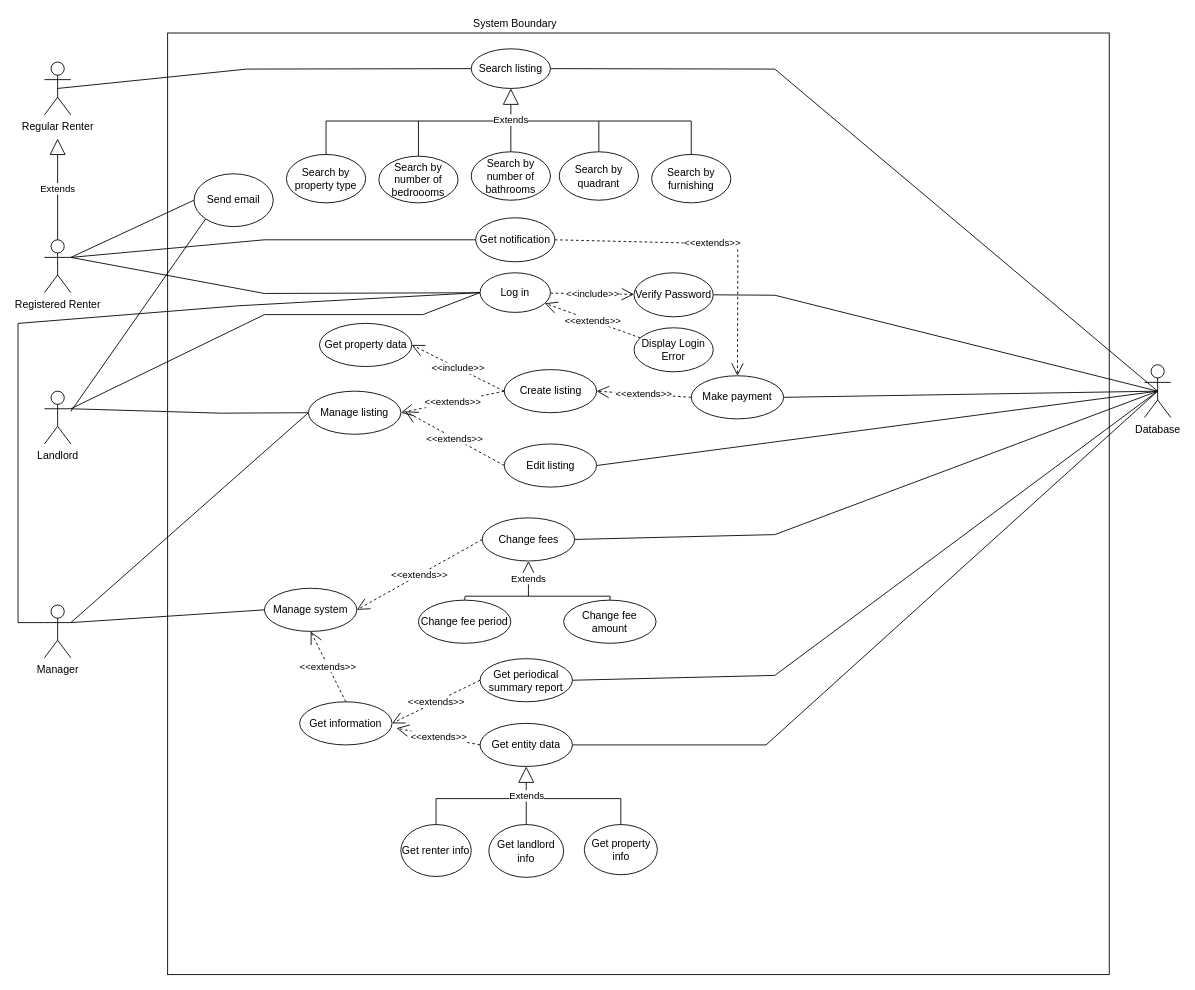
The draw.io diagram ENSF480FinalProjectUseCaseDiagram.drawio in ryan-holt/ENSF480FinalProject, before the edit. Source tidied: cells renumbered, new cells numbered last; positions are measured from the earlier drawing's top-left corner, leaving out a move shared by most shapes. Both pictures are drawn from the tidied source at 88%, with x=0, y=0 at pixel (18, 15).
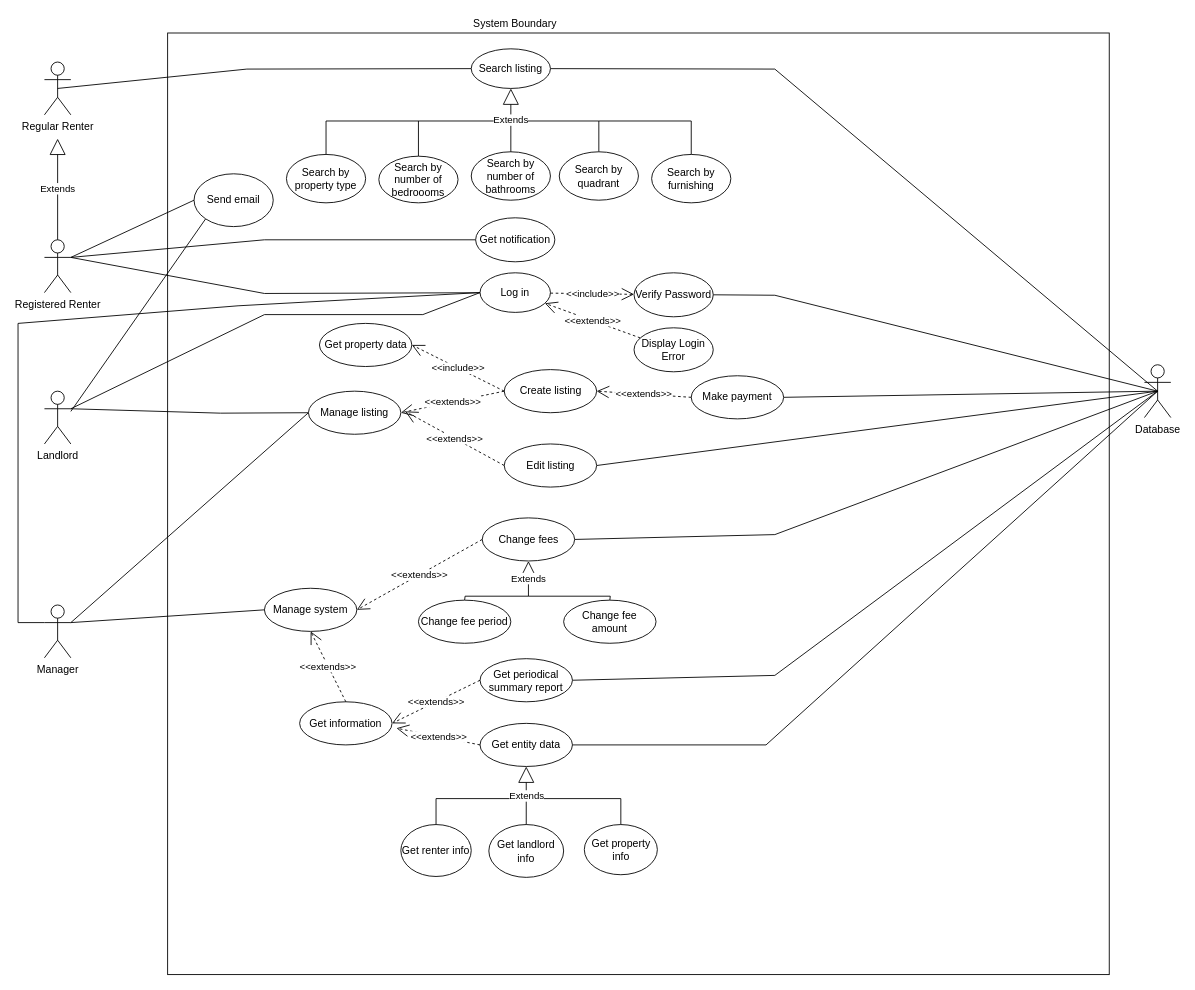
Above is the later version.

Commit message:
post moussavi talk

Unchanged cells that the change refers to:
```xml
<mxCell id="37" value="Get notification" style="ellipse;whiteSpace=wrap;html=1;" parent="1" vertex="1">
  <mxGeometry x="520" y="230" width="90" height="50" as="geometry" />
</mxCell>
<mxCell id="72" value="Make payment" style="ellipse;whiteSpace=wrap;html=1;" parent="1" vertex="1">
  <mxGeometry x="765" y="409.5" width="105" height="49" as="geometry" />
</mxCell>
```

What changed in the source:
```diff
@@
-    <mxCell id="74" value="&amp;lt;&amp;lt;extends&amp;gt;&amp;gt;" style="endArrow=open;endSize=12;dashed=1;html=1;entryX=0.5;entryY=0;entryDx=0;entryDy=0;exitX=1;exitY=0.5;exitDx=0;exitDy=0;" parent="1" edge="1" source="37" target="72">
-      <mxGeometry relative="1" as="geometry">
-        <Array as="points">
-          <mxPoint x="818" y="260" />
-        </Array>
-      </mxGeometry>
-    </mxCell>
```
